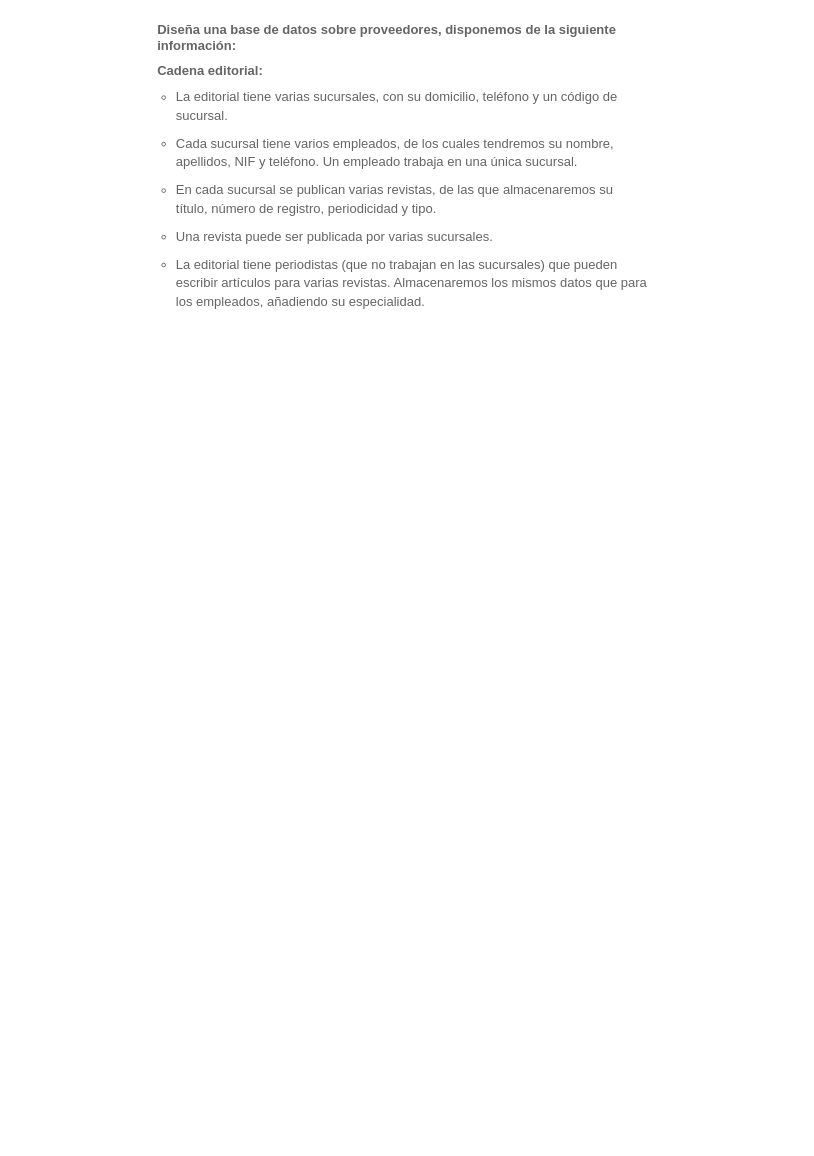
Before: Diagrama sin título.drawio in SandraGael/prueba, a draw.io diagram. Source tidied: cells renumbered, new cells numbered last; positions are measured from the earlier drawing's top-left corner, leaving out a move shared by most shapes. Both pictures are drawn from the tidied source at 93%, with x=0, y=0 at pixel (127, 16).
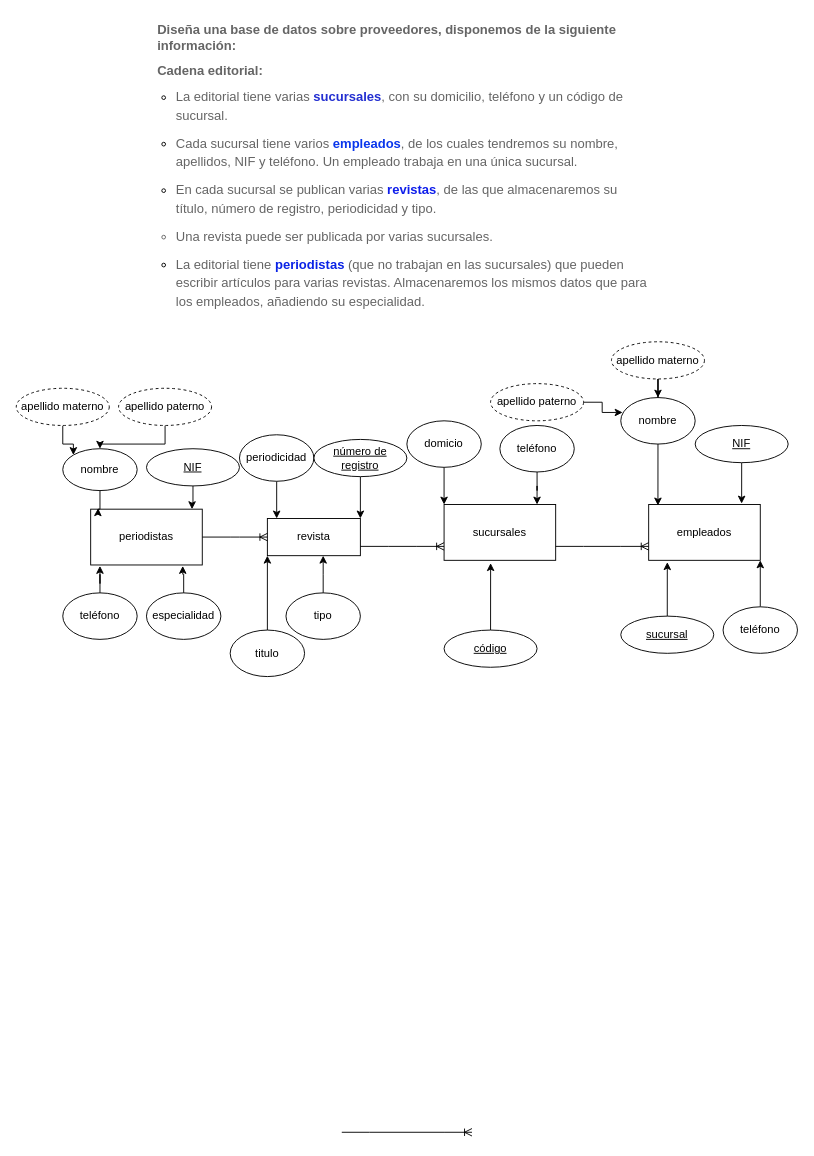
The same page after the edit.

Commit message:
Actualizar Diagrama editorial.drawio

Change to the diagram source:
```diff
@@
-    <mxCell id="2" value="&lt;p style=&quot;margin: 0px 0px 10px 30px; color: rgb(101, 101, 101); font-family: &amp;quot;Century Gothic&amp;quot;, Arial, Helvetica, sans-serif; font-size: 14px; font-style: normal; font-variant-ligatures: normal; font-variant-caps: normal; font-weight: 400; letter-spacing: normal; orphans: 2; text-align: left; text-indent: 0px; text-transform: none; widows: 2; word-spacing: 0px; -webkit-text-stroke-width: 0px; background-color: rgb(255, 255, 255); text-decoration-thickness: initial; text-decoration-style: initial; text-decoration-color: initial;&quot; dir=&quot;ltr&quot;&gt;&lt;strong style=&quot;font-weight: bold;&quot;&gt;&lt;strong style=&quot;font-weight: bold;&quot;&gt;Diseña una base de datos sobre proveedores, disponemos de la siguiente información:&lt;/strong&gt;&lt;/strong&gt;&lt;/p&gt;&lt;p style=&quot;margin: 0px 0px 10px 30px; color: rgb(101, 101, 101); font-family: &amp;quot;Century Gothic&amp;quot;, Arial, Helvetica, sans-serif; font-size: 14px; font-style: normal; font-variant-ligatures: normal; font-variant-caps: normal; font-weight: 400; letter-spacing: normal; orphans: 2; text-align: left; text-indent: 0px; text-transform: none; widows: 2; word-spacing: 0px; -webkit-text-stroke-width: 0px; background-color: rgb(255, 255, 255); text-decoration-thickness: initial; text-decoration-style: initial; text-decoration-color: initial;&quot; dir=&quot;ltr&quot;&gt;&lt;/p&gt;&lt;p style=&quot;margin: 0px 0px 10px 30px; color: rgb(101, 101, 101); font-family: &amp;quot;Century Gothic&amp;quot;, Arial, Helvetica, sans-serif; font-size: 14px; font-style: normal; font-variant-ligatures: normal; font-variant-caps: normal; font-weight: 400; letter-spacing: normal; orphans: 2; text-align: left; text-indent: 0px; text-transform: none; widows: 2; word-spacing: 0px; -webkit-text-stroke-width: 0px; background-color: rgb(255, 255, 255); text-decoration-thickness: initial; text-decoration-style: initial; text-decoration-color: initial;&quot; dir=&quot;ltr&quot;&gt;&lt;strong style=&quot;font-weight: bold;&quot;&gt;Cadena editorial:&lt;/strong&gt;&lt;/p&gt;&lt;ul style=&quot;padding: 0px; margin: 0px 0px 10px 25px; color: rgb(101, 101, 101); font-family: &amp;quot;Century Gothic&amp;quot;, Arial, Helvetica, sans-serif; font-size: 14px; font-style: normal; font-variant-ligatures: normal; font-variant-caps: normal; font-weight: 400; letter-spacing: normal; orphans: 2; text-align: left; text-indent: 0px; text-transform: none; widows: 2; word-spacing: 0px; -webkit-text-stroke-width: 0px; background-color: rgb(255, 255, 255); text-decoration-thickness: initial; text-decoration-style: initial; text-decoration-color: initial;&quot;&gt;&lt;li style=&quot;line-height: 20px; list-style-type: none;&quot;&gt;&lt;ul style=&quot;padding: 0px; margin: 0px 0px 0px 25px;&quot;&gt;&lt;li style=&quot;line-height: 20px;&quot; aria-level=&quot;1&quot; dir=&quot;ltr&quot;&gt;&lt;p style=&quot;margin: 0px 0px 10px;&quot; role=&quot;presentation&quot; dir=&quot;ltr&quot;&gt;La editorial tiene varias sucursales, con su domicilio, teléfono y un código de sucursal.&lt;/p&gt;&lt;/li&gt;&lt;li style=&quot;line-height: 20px;&quot; aria-level=&quot;1&quot; dir=&quot;ltr&quot;&gt;&lt;p style=&quot;margin: 0px 0px 10px;&quot; role=&quot;presentation&quot; dir=&quot;ltr&quot;&gt;Cada sucursal tiene varios empleados, de los cuales tendremos su nombre, apellidos, NIF y teléfono. Un empleado trabaja en una única sucursal.&lt;/p&gt;&lt;/li&gt;&lt;li style=&quot;line-height: 20px;&quot; aria-level=&quot;1&quot; dir=&quot;ltr&quot;&gt;&lt;p style=&quot;margin: 0px 0px 10px;&quot; role=&quot;presentation&quot; dir=&quot;ltr&quot;&gt;En cada sucursal se publican varias revistas, de las que almacenaremos su título, número de registro, periodicidad y tipo.&lt;/p&gt;&lt;/li&gt;&lt;li style=&quot;line-height: 20px;&quot; aria-level=&quot;1&quot; dir=&quot;ltr&quot;&gt;&lt;p style=&quot;margin: 0px 0px 10px;&quot; role=&quot;presentation&quot; dir=&quot;ltr&quot;&gt;Una revista puede ser publicada por varias sucursales.&lt;/p&gt;&lt;/li&gt;&lt;li style=&quot;line-height: 20px;&quot; aria-level=&quot;1&quot; dir=&quot;ltr&quot;&gt;&lt;p style=&quot;margin: 0px 0px 10px;&quot; role=&quot;presentation&quot; dir=&quot;ltr&quot;&gt;La editorial tiene periodistas (que no trabajan en las sucursales) que pueden escribir artículos para varias revistas. Almacenaremos los mismos datos que para los empleados, añadiendo su especialidad.&lt;/p&gt;&lt;/li&gt;&lt;/ul&gt;&lt;/li&gt;&lt;/ul&gt;" style="text;whiteSpace=wrap;html=1;" parent="1" vertex="1">
+    <mxCell id="2" value="&lt;p style=&quot;margin: 0px 0px 10px 30px; color: rgb(101, 101, 101); font-family: &amp;quot;Century Gothic&amp;quot;, Arial, Helvetica, sans-serif; font-size: 14px; font-style: normal; font-variant-ligatures: normal; font-variant-caps: normal; font-weight: 400; letter-spacing: normal; orphans: 2; text-align: left; text-indent: 0px; text-transform: none; widows: 2; word-spacing: 0px; -webkit-text-stroke-width: 0px; background-color: rgb(255, 255, 255); text-decoration-thickness: initial; text-decoration-style: initial; text-decoration-color: initial;&quot; dir=&quot;ltr&quot;&gt;&lt;strong style=&quot;font-weight: bold;&quot;&gt;&lt;strong style=&quot;font-weight: bold;&quot;&gt;Diseña una base de datos sobre proveedores, disponemos de la siguiente información:&lt;/strong&gt;&lt;/strong&gt;&lt;/p&gt;&lt;p style=&quot;margin: 0px 0px 10px 30px; color: rgb(101, 101, 101); font-family: &amp;quot;Century Gothic&amp;quot;, Arial, Helvetica, sans-serif; font-size: 14px; font-style: normal; font-variant-ligatures: normal; font-variant-caps: normal; font-weight: 400; letter-spacing: normal; orphans: 2; text-align: left; text-indent: 0px; text-transform: none; widows: 2; word-spacing: 0px; -webkit-text-stroke-width: 0px; background-color: rgb(255, 255, 255); text-decoration-thickness: initial; text-decoration-style: initial; text-decoration-color: initial;&quot; dir=&quot;ltr&quot;&gt;&lt;/p&gt;&lt;p style=&quot;margin: 0px 0px 10px 30px; color: rgb(101, 101, 101); font-family: &amp;quot;Century Gothic&amp;quot;, Arial, Helvetica, sans-serif; font-size: 14px; font-style: normal; font-variant-ligatures: normal; font-variant-caps: normal; font-weight: 400; letter-spacing: normal; orphans: 2; text-align: left; text-indent: 0px; text-transform: none; widows: 2; word-spacing: 0px; -webkit-text-stroke-width: 0px; background-color: rgb(255, 255, 255); text-decoration-thickness: initial; text-decoration-style: initial; text-decoration-color: initial;&quot; dir=&quot;ltr&quot;&gt;&lt;strong style=&quot;font-weight: bold;&quot;&gt;Cadena editorial:&lt;/strong&gt;&lt;/p&gt;&lt;ul style=&quot;padding: 0px; margin: 0px 0px 10px 25px; font-family: &amp;quot;Century Gothic&amp;quot;, Arial, Helvetica, sans-serif; font-size: 14px; font-style: normal; font-variant-ligatures: normal; font-variant-caps: normal; letter-spacing: normal; orphans: 2; text-align: left; text-indent: 0px; text-transform: none; widows: 2; word-spacing: 0px; -webkit-text-stroke-width: 0px; background-color: rgb(255, 255, 255); text-decoration-thickness: initial; text-decoration-style: initial; text-decoration-color: initial;&quot;&gt;&lt;li style=&quot;line-height: 20px; list-style-type: none;&quot;&gt;&lt;ul style=&quot;padding: 0px; margin: 0px 0px 0px 25px;&quot;&gt;&lt;li style=&quot;line-height: 20px;&quot; aria-level=&quot;1&quot; dir=&quot;ltr&quot;&gt;&lt;p style=&quot;margin: 0px 0px 10px;&quot; role=&quot;presentation&quot; dir=&quot;ltr&quot;&gt;&lt;font style=&quot;font-weight: 400;&quot; color=&quot;#656565&quot;&gt;La editorial tiene varias &lt;/font&gt;&lt;font style=&quot;&quot; color=&quot;#232fd1&quot;&gt;&lt;b&gt;sucursales&lt;/b&gt;&lt;/font&gt;&lt;font style=&quot;font-weight: 400;&quot; color=&quot;#656565&quot;&gt;, con su domicilio, teléfono y un código de sucursal.&lt;/font&gt;&lt;/p&gt;&lt;/li&gt;&lt;li style=&quot;line-height: 20px;&quot; aria-level=&quot;1&quot; dir=&quot;ltr&quot;&gt;&lt;p style=&quot;margin: 0px 0px 10px;&quot; role=&quot;presentation&quot; dir=&quot;ltr&quot;&gt;&lt;font style=&quot;font-weight: 400;&quot; color=&quot;#656565&quot;&gt;Cada sucursal tiene varios &lt;/font&gt;&lt;font style=&quot;&quot; color=&quot;#0936ec&quot;&gt;&lt;b&gt;empleados&lt;/b&gt;&lt;/font&gt;&lt;font style=&quot;font-weight: 400;&quot; color=&quot;#656565&quot;&gt;, de los cuales tendremos su nombre, apellidos, NIF y teléfono. Un empleado trabaja en una única sucursal.&lt;/font&gt;&lt;/p&gt;&lt;/li&gt;&lt;li style=&quot;line-height: 20px;&quot; aria-level=&quot;1&quot; dir=&quot;ltr&quot;&gt;&lt;p style=&quot;margin: 0px 0px 10px;&quot; role=&quot;presentation&quot; dir=&quot;ltr&quot;&gt;&lt;font style=&quot;font-weight: 400;&quot; color=&quot;#656565&quot;&gt;En cada sucursal se publican varias &lt;/font&gt;&lt;font style=&quot;&quot; color=&quot;#0f1eeb&quot;&gt;&lt;b&gt;revistas&lt;/b&gt;&lt;/font&gt;&lt;font style=&quot;font-weight: 400;&quot; color=&quot;#656565&quot;&gt;, de las que almacenaremos su título, número de registro, periodicidad y tipo.&lt;/font&gt;&lt;/p&gt;&lt;/li&gt;&lt;li style=&quot;font-weight: 400; color: rgb(101, 101, 101); line-height: 20px;&quot; aria-level=&quot;1&quot; dir=&quot;ltr&quot;&gt;&lt;p style=&quot;margin: 0px 0px 10px;&quot; role=&quot;presentation&quot; dir=&quot;ltr&quot;&gt;Una revista puede ser publicada por varias sucursales.&lt;/p&gt;&lt;/li&gt;&lt;li style=&quot;line-height: 20px;&quot; aria-level=&quot;1&quot; dir=&quot;ltr&quot;&gt;&lt;p style=&quot;margin: 0px 0px 10px;&quot; role=&quot;presentation&quot; dir=&quot;ltr&quot;&gt;&lt;font style=&quot;font-weight: 400;&quot; color=&quot;#656565&quot;&gt;La editorial tiene &lt;/font&gt;&lt;font style=&quot;&quot; color=&quot;#0a23e6&quot;&gt;&lt;b&gt;periodistas&lt;/b&gt;&lt;/font&gt;&lt;font style=&quot;font-weight: 400;&quot; color=&quot;#656565&quot;&gt; (que no trabajan en las sucursales) que pueden escribir artículos para varias revistas. Almacenaremos los mismos datos que para los empleados, añadiendo su especialidad.&lt;/font&gt;&lt;/p&gt;&lt;/li&gt;&lt;/ul&gt;&lt;/li&gt;&lt;/ul&gt;" style="text;whiteSpace=wrap;html=1;" parent="1" vertex="1">
       <mxGeometry width="560" height="360" as="geometry" />
     </mxCell>
+    <mxCell id="3" value="empleados" style="rounded=0;whiteSpace=wrap;html=1;" parent="1" vertex="1">
+      <mxGeometry x="560" y="525" width="120" height="60" as="geometry" />
+    </mxCell>
+    <mxCell id="4" value="periodistas" style="rounded=0;whiteSpace=wrap;html=1;" parent="1" vertex="1">
+      <mxGeometry x="-40" y="530" width="120" height="60" as="geometry" />
+    </mxCell>
+    <mxCell id="5" style="edgeStyle=orthogonalEdgeStyle;rounded=0;jettySize=auto;html=1;exitX=0.5;exitY=1;exitDx=0;exitDy=0;entryX=0;entryY=0;entryDx=0;entryDy=0;" parent="1" edge="1" source="6" target="41">
+      <mxGeometry relative="1" as="geometry" />
+    </mxCell>
+    <mxCell id="6" value="domicio" style="ellipse;whiteSpace=wrap;html=1;" parent="1" vertex="1">
+      <mxGeometry x="300" y="435" width="80" height="50" as="geometry" />
+    </mxCell>
+    <mxCell id="7" style="edgeStyle=orthogonalEdgeStyle;rounded=0;jettySize=auto;html=1;entryX=0.833;entryY=0;entryDx=0;entryDy=0;entryPerimeter=0;" parent="1" edge="1" source="8" target="41">
+      <mxGeometry relative="1" as="geometry" />
+    </mxCell>
+    <mxCell id="8" value="teléfono" style="ellipse;whiteSpace=wrap;html=1;" parent="1" vertex="1">
+      <mxGeometry x="400" y="440" width="80" height="50" as="geometry" />
+    </mxCell>
+    <mxCell id="9" style="edgeStyle=orthogonalEdgeStyle;rounded=0;jettySize=auto;html=1;entryX=0.083;entryY=0.017;entryDx=0;entryDy=0;entryPerimeter=0;" parent="1" edge="1" source="10" target="3">
+      <mxGeometry relative="1" as="geometry" />
+    </mxCell>
+    <mxCell id="10" value="nombre" style="ellipse;whiteSpace=wrap;html=1;" parent="1" vertex="1">
+      <mxGeometry x="530" y="410" width="80" height="50" as="geometry" />
+    </mxCell>
+    <mxCell id="11" style="edgeStyle=orthogonalEdgeStyle;rounded=0;jettySize=auto;html=1;entryX=1;entryY=1;entryDx=0;entryDy=0;" parent="1" edge="1" source="12" target="3">
+      <mxGeometry relative="1" as="geometry" />
+    </mxCell>
+    <mxCell id="12" value="teléfono" style="ellipse;whiteSpace=wrap;html=1;" parent="1" vertex="1">
+      <mxGeometry x="640" y="635" width="80" height="50" as="geometry" />
+    </mxCell>
+    <mxCell id="13" style="edgeStyle=orthogonalEdgeStyle;rounded=0;jettySize=auto;html=1;entryX=0;entryY=1;entryDx=0;entryDy=0;" parent="1" edge="1" source="14" target="46">
+      <mxGeometry relative="1" as="geometry" />
+    </mxCell>
+    <mxCell id="14" value="titulo" style="ellipse;whiteSpace=wrap;html=1;" parent="1" vertex="1">
+      <mxGeometry x="110" y="660" width="80" height="50" as="geometry" />
+    </mxCell>
+    <mxCell id="15" style="edgeStyle=orthogonalEdgeStyle;rounded=0;jettySize=auto;html=1;entryX=0.1;entryY=0;entryDx=0;entryDy=0;entryPerimeter=0;" parent="1" edge="1" source="16" target="46">
+      <mxGeometry relative="1" as="geometry" />
+    </mxCell>
+    <mxCell id="16" value="periodicidad" style="ellipse;whiteSpace=wrap;html=1;" parent="1" vertex="1">
+      <mxGeometry x="120" y="450" width="80" height="50" as="geometry" />
+    </mxCell>
+    <mxCell id="17" style="edgeStyle=orthogonalEdgeStyle;rounded=0;jettySize=auto;html=1;" parent="1" edge="1" source="18">
+      <mxGeometry relative="1" as="geometry">
+        <mxPoint x="210" y="580" as="targetPoint" />
+      </mxGeometry>
+    </mxCell>
+    <mxCell id="18" value="tipo" style="ellipse;whiteSpace=wrap;html=1;" parent="1" vertex="1">
+      <mxGeometry x="170" y="620" width="80" height="50" as="geometry" />
+    </mxCell>
+    <mxCell id="19" style="edgeStyle=orthogonalEdgeStyle;rounded=0;jettySize=auto;html=1;entryX=0.067;entryY=-0.017;entryDx=0;entryDy=0;entryPerimeter=0;" parent="1" edge="1" source="20" target="4">
+      <mxGeometry relative="1" as="geometry" />
+    </mxCell>
+    <mxCell id="20" value="nombre" style="ellipse;whiteSpace=wrap;html=1;" parent="1" vertex="1">
+      <mxGeometry x="-70" y="465" width="80" height="45" as="geometry" />
+    </mxCell>
+    <mxCell id="21" style="edgeStyle=orthogonalEdgeStyle;rounded=0;jettySize=auto;html=1;entryX=0.083;entryY=1.017;entryDx=0;entryDy=0;entryPerimeter=0;" parent="1" edge="1" source="22" target="4">
+      <mxGeometry relative="1" as="geometry" />
+    </mxCell>
+    <mxCell id="22" value="teléfono" style="ellipse;whiteSpace=wrap;html=1;" parent="1" vertex="1">
+      <mxGeometry x="-70" y="620" width="80" height="50" as="geometry" />
+    </mxCell>
+    <mxCell id="23" style="edgeStyle=orthogonalEdgeStyle;rounded=0;jettySize=auto;html=1;entryX=0.825;entryY=1.017;entryDx=0;entryDy=0;entryPerimeter=0;" parent="1" edge="1" source="24" target="4">
+      <mxGeometry relative="1" as="geometry" />
+    </mxCell>
+    <mxCell id="24" value="especialidad" style="ellipse;whiteSpace=wrap;html=1;" parent="1" vertex="1">
+      <mxGeometry x="20" y="620" width="80" height="50" as="geometry" />
+    </mxCell>
+    <mxCell id="25" style="edgeStyle=orthogonalEdgeStyle;rounded=0;jettySize=auto;html=1;entryX=0.417;entryY=1.05;entryDx=0;entryDy=0;entryPerimeter=0;" parent="1" edge="1" source="26" target="41">
+      <mxGeometry relative="1" as="geometry" />
+    </mxCell>
+    <mxCell id="26" value="código" style="ellipse;whiteSpace=wrap;html=1;align=center;fontStyle=4;" parent="1" vertex="1">
+      <mxGeometry x="340" y="660" width="100" height="40" as="geometry" />
+    </mxCell>
+    <mxCell id="27" style="edgeStyle=orthogonalEdgeStyle;rounded=0;jettySize=auto;html=1;entryX=0.025;entryY=0.32;entryDx=0;entryDy=0;entryPerimeter=0;" parent="1" edge="1" source="28" target="10">
+      <mxGeometry relative="1" as="geometry" />
+    </mxCell>
+    <mxCell id="28" value="apellido paterno" style="ellipse;whiteSpace=wrap;html=1;align=center;dashed=1;" parent="1" vertex="1">
+      <mxGeometry x="390" y="395" width="100" height="40" as="geometry" />
+    </mxCell>
+    <mxCell id="29" style="edgeStyle=orthogonalEdgeStyle;rounded=0;jettySize=auto;html=1;" parent="1" edge="1" source="30" target="10">
+      <mxGeometry relative="1" as="geometry" />
+    </mxCell>
+    <mxCell id="30" value="apellido materno" style="ellipse;whiteSpace=wrap;html=1;align=center;dashed=1;" parent="1" vertex="1">
+      <mxGeometry x="520" y="350" width="100" height="40" as="geometry" />
+    </mxCell>
+    <mxCell id="31" style="edgeStyle=orthogonalEdgeStyle;rounded=0;jettySize=auto;html=1;entryX=0.833;entryY=-0.017;entryDx=0;entryDy=0;entryPerimeter=0;" parent="1" edge="1" source="32" target="3">
+      <mxGeometry relative="1" as="geometry" />
+    </mxCell>
+    <mxCell id="32" value="NIF" style="ellipse;whiteSpace=wrap;html=1;align=center;fontStyle=4;" parent="1" vertex="1">
+      <mxGeometry x="610" y="440" width="100" height="40" as="geometry" />
+    </mxCell>
+    <mxCell id="33" style="edgeStyle=orthogonalEdgeStyle;rounded=0;jettySize=auto;html=1;entryX=0.167;entryY=1.033;entryDx=0;entryDy=0;entryPerimeter=0;" parent="1" edge="1" source="34" target="3">
+      <mxGeometry relative="1" as="geometry" />
+    </mxCell>
+    <mxCell id="34" value="sucursal" style="ellipse;whiteSpace=wrap;html=1;align=center;fontStyle=4;" parent="1" vertex="1">
+      <mxGeometry x="530" y="645" width="100" height="40" as="geometry" />
+    </mxCell>
+    <mxCell id="35" style="edgeStyle=orthogonalEdgeStyle;rounded=0;jettySize=auto;html=1;entryX=1;entryY=0;entryDx=0;entryDy=0;" parent="1" edge="1" source="36" target="46">
+      <mxGeometry relative="1" as="geometry" />
+    </mxCell>
+    <mxCell id="36" value="número de registro" style="ellipse;whiteSpace=wrap;html=1;align=center;fontStyle=4;" parent="1" vertex="1">
+      <mxGeometry x="200" y="455" width="100" height="40" as="geometry" />
+    </mxCell>
+    <mxCell id="37" style="edgeStyle=orthogonalEdgeStyle;rounded=0;jettySize=auto;html=1;entryX=0;entryY=0;entryDx=0;entryDy=0;" parent="1" edge="1" source="38" target="20">
+      <mxGeometry relative="1" as="geometry" />
+    </mxCell>
+    <mxCell id="38" value="apellido materno" style="ellipse;whiteSpace=wrap;html=1;align=center;dashed=1;" parent="1" vertex="1">
+      <mxGeometry x="-120" y="400" width="100" height="40" as="geometry" />
+    </mxCell>
+    <mxCell id="39" style="edgeStyle=orthogonalEdgeStyle;rounded=0;jettySize=auto;html=1;" parent="1" edge="1" source="40" target="20">
+      <mxGeometry relative="1" as="geometry" />
+    </mxCell>
+    <mxCell id="40" value="apellido paterno" style="ellipse;whiteSpace=wrap;html=1;align=center;dashed=1;" parent="1" vertex="1">
+      <mxGeometry x="-10" y="400" width="100" height="40" as="geometry" />
+    </mxCell>
+    <mxCell id="41" value="sucursales" style="rounded=0;whiteSpace=wrap;html=1;" parent="1" vertex="1">
+      <mxGeometry x="340" y="525" width="120" height="60" as="geometry" />
+    </mxCell>
+    <mxCell id="42" style="edgeStyle=entityRelationEdgeStyle;fontSize=12;html=1;endArrow=ERoneToMany;rounded=0;entryX=0;entryY=0.75;entryDx=0;entryDy=0;exitX=1;exitY=0.75;exitDx=0;exitDy=0;" parent="1" edge="1" source="41" target="3">
+      <mxGeometry relative="1" as="geometry" />
+    </mxCell>
+    <mxCell id="43" style="edgeStyle=orthogonalEdgeStyle;rounded=0;jettySize=auto;html=1;entryX=0.908;entryY=0;entryDx=0;entryDy=0;entryPerimeter=0;" parent="1" edge="1" source="44" target="4">
+      <mxGeometry relative="1" as="geometry" />
+    </mxCell>
+    <mxCell id="44" value="NIF" style="ellipse;whiteSpace=wrap;html=1;align=center;fontStyle=4;" parent="1" vertex="1">
+      <mxGeometry x="20" y="465" width="100" height="40" as="geometry" />
+    </mxCell>
+    <mxCell id="45" style="edgeStyle=entityRelationEdgeStyle;fontSize=12;html=1;endArrow=ERoneToMany;rounded=0;" parent="1" edge="1">
+      <mxGeometry relative="1" as="geometry">
+        <mxPoint x="230" y="1200" as="sourcePoint" />
+        <mxPoint x="370" y="1200" as="targetPoint" />
+      </mxGeometry>
+    </mxCell>
+    <mxCell id="46" value="revista" style="whiteSpace=wrap;html=1;align=center;" parent="1" vertex="1">
+      <mxGeometry x="150" y="540" width="100" height="40" as="geometry" />
+    </mxCell>
+    <mxCell id="47" style="edgeStyle=entityRelationEdgeStyle;fontSize=12;html=1;endArrow=ERoneToMany;rounded=0;entryX=0;entryY=0.75;entryDx=0;entryDy=0;" parent="1" edge="1" target="41">
+      <mxGeometry relative="1" as="geometry">
+        <mxPoint x="250" y="570" as="sourcePoint" />
+      </mxGeometry>
+    </mxCell>
+    <mxCell id="48" style="edgeStyle=entityRelationEdgeStyle;fontSize=12;html=1;endArrow=ERoneToMany;rounded=0;exitX=1;exitY=0.5;exitDx=0;exitDy=0;" parent="1" edge="1" source="4" target="46">
+      <mxGeometry relative="1" as="geometry" />
+    </mxCell>
```
